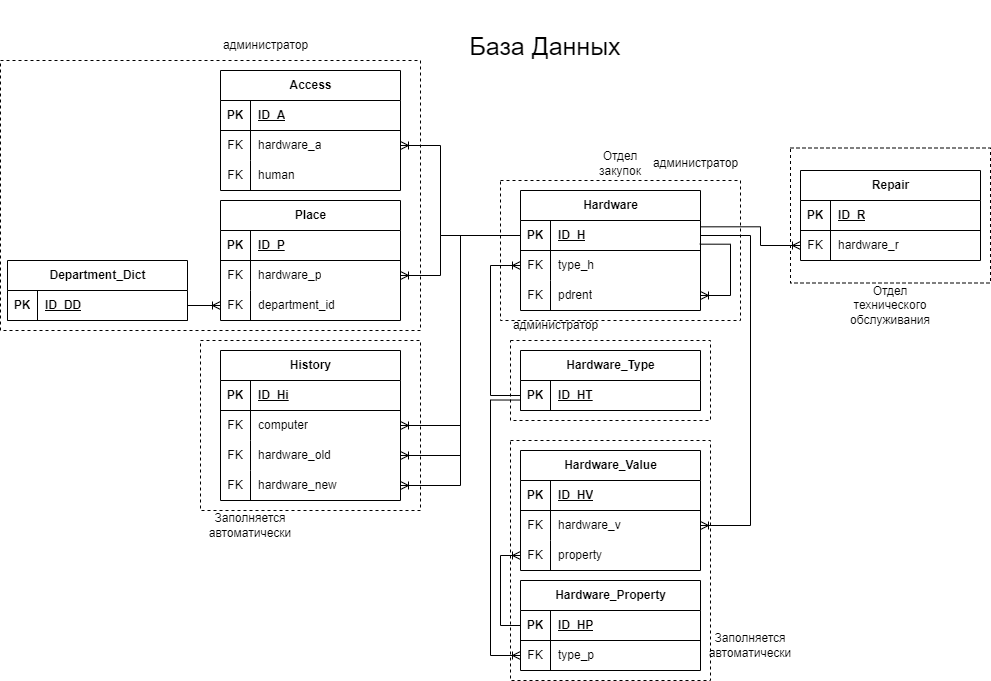
The draw.io diagram db.png in Nikita-080/is-quantek, before a commit. Source tidied: cells renumbered, new cells last; positions are measured from the earlier drawing's top-left corner, leaving out a move shared by most shapes.
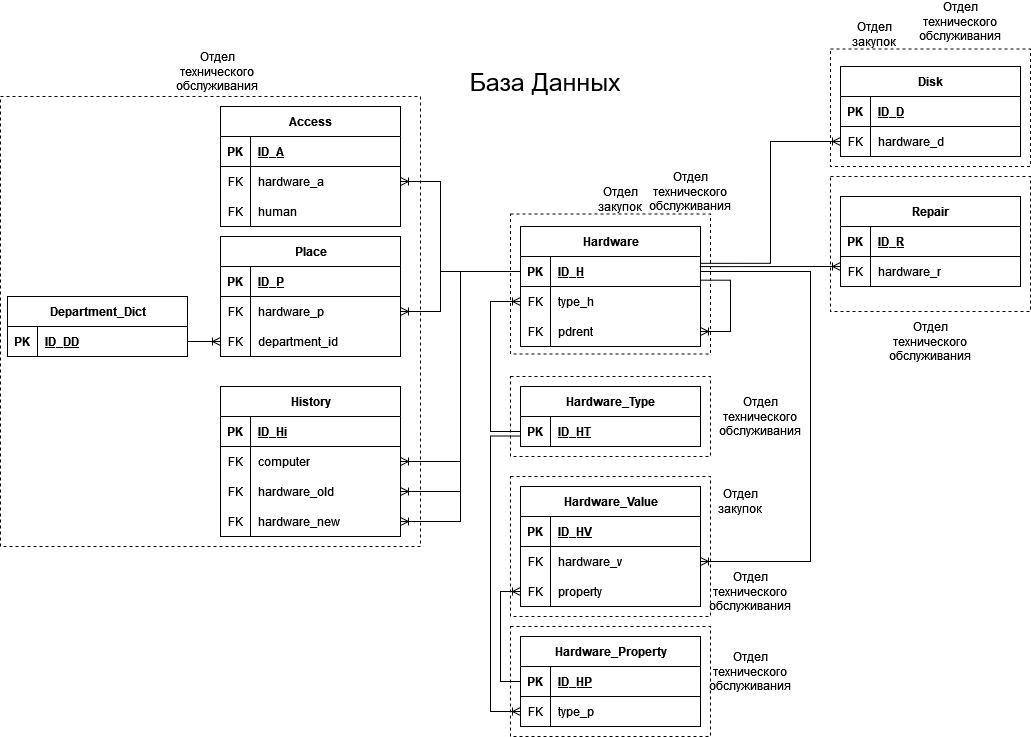
After the commit.

Change to the diagram source:
```diff
@@ -116,7 +116,7 @@
       <mxGeometry x="30" width="150" height="30" as="geometry" />
     </mxCell>
     <mxCell id="38" value="Hardware_Property" style="shape=table;startSize=30;rowLines=0;fontStyle=1;align=center;html=1;" parent="1" vertex="1">
-      <mxGeometry x="520" y="580" width="180" height="90" as="geometry" />
+      <mxGeometry x="520" y="600" width="180" height="90" as="geometry" />
     </mxCell>
     <mxCell id="39" style="shape=tableRow;horizontal=0;startSize=0;swimlaneHead=0;swimlaneBody=0;fillColor=none;points=[[0,0.5],[1,0.5]];portConstraint=eastwest;top=0;left=0;right=0;bottom=1;" parent="38" vertex="1">
       <mxGeometry y="30" width="180" height="30" as="geometry" />
@@ -167,7 +167,7 @@
       <mxGeometry x="30" width="150" height="30" as="geometry" />
     </mxCell>
     <mxCell id="55" value="Repair" style="shape=table;startSize=30;rowLines=0;fontStyle=1;align=center;html=1;" parent="1" vertex="1">
-      <mxGeometry x="800" y="170" width="180" height="90" as="geometry" />
+      <mxGeometry x="840" y="160" width="180" height="90" as="geometry" />
     </mxCell>
     <mxCell id="56" style="shape=tableRow;horizontal=0;startSize=0;swimlaneHead=0;swimlaneBody=0;fillColor=none;top=0;left=0;right=0;bottom=1;" parent="55" vertex="1">
       <mxGeometry y="30" width="180" height="30" as="geometry" />
@@ -187,26 +187,18 @@
     <mxCell id="61" value="hardware_r" style="shape=partialRectangle;fillColor=none;top=0;left=0;bottom=0;right=0;align=left;spacingLeft=6;overflow=hidden;whiteSpace=wrap;html=1;" parent="59" vertex="1">
       <mxGeometry x="30" width="150" height="30" as="geometry" />
     </mxCell>
-    <mxCell id="62" style="edgeStyle=orthogonalEdgeStyle;fontSize=12;html=1;endArrow=ERoneToMany;rounded=0;entryX=0;entryY=0.5;entryDx=0;entryDy=0;exitX=1.002;exitY=0.211;exitDx=0;exitDy=0;exitPerimeter=0;" parent="1" edge="1" source="4" target="59">
-      <mxGeometry relative="1" as="geometry">
-        <Array as="points">
-          <mxPoint x="760" y="226" />
-          <mxPoint x="760" y="245" />
-        </Array>
-      </mxGeometry>
-    </mxCell>
     <mxCell id="63" style="edgeStyle=orthogonalEdgeStyle;fontSize=12;html=1;endArrow=ERoneToMany;rounded=0;entryX=1;entryY=0.5;entryDx=0;entryDy=0;exitX=1;exitY=0.5;exitDx=0;exitDy=0;" parent="1" edge="1" source="4" target="49">
       <mxGeometry relative="1" as="geometry">
         <Array as="points">
-          <mxPoint x="750" y="235" />
-          <mxPoint x="750" y="525" />
+          <mxPoint x="810" y="235" />
+          <mxPoint x="810" y="525" />
         </Array>
       </mxGeometry>
     </mxCell>
     <mxCell id="64" style="edgeStyle=orthogonalEdgeStyle;fontSize=12;html=1;endArrow=ERoneToMany;rounded=0;exitX=0;exitY=0.5;exitDx=0;exitDy=0;entryX=0;entryY=0.5;entryDx=0;entryDy=0;" parent="1" edge="1" source="39" target="52">
       <mxGeometry relative="1" as="geometry">
         <Array as="points">
-          <mxPoint x="500" y="625" />
+          <mxPoint x="500" y="645" />
           <mxPoint x="500" y="555" />
         </Array>
       </mxGeometry>
@@ -215,7 +207,7 @@
       <mxGeometry relative="1" as="geometry">
         <Array as="points">
           <mxPoint x="490" y="400" />
-          <mxPoint x="490" y="655" />
+          <mxPoint x="490" y="675" />
         </Array>
       </mxGeometry>
     </mxCell>
@@ -270,35 +262,23 @@
       <mxGeometry relative="1" as="geometry" />
     </mxCell>
     <mxCell id="81" style="rounded=0;whiteSpace=wrap;html=1;dashed=1;fillColor=none;" parent="1" vertex="1">
-      <mxGeometry x="500" y="180" width="240" height="140" as="geometry" />
+      <mxGeometry x="510" y="177.5" width="200" height="140" as="geometry" />
     </mxCell>
     <mxCell id="82" value="Отдел закупок" style="text;html=1;strokeColor=none;fillColor=none;align=center;verticalAlign=middle;whiteSpace=wrap;rounded=0;" parent="1" vertex="1">
       <mxGeometry x="590" y="147.5" width="60" height="30" as="geometry" />
     </mxCell>
     <mxCell id="83" style="rounded=0;whiteSpace=wrap;html=1;dashed=1;fillColor=none;" parent="1" vertex="1">
-      <mxGeometry x="790" y="147.5" width="200" height="135" as="geometry" />
+      <mxGeometry x="830" y="140" width="200" height="135" as="geometry" />
     </mxCell>
     <mxCell id="84" value="Отдел технического обслуживания" style="text;html=1;strokeColor=none;fillColor=none;align=center;verticalAlign=middle;whiteSpace=wrap;rounded=0;" parent="1" vertex="1">
-      <mxGeometry x="860" y="290" width="60" height="30" as="geometry" />
+      <mxGeometry x="900" y="290" width="60" height="30" as="geometry" />
     </mxCell>
     <mxCell id="85" style="rounded=0;whiteSpace=wrap;html=1;dashed=1;fillColor=none;" parent="1" vertex="1">
-      <mxGeometry x="510" y="440" width="200" height="240" as="geometry" />
+      <mxGeometry x="510" y="440" width="200" height="140" as="geometry" />
     </mxCell>
-    <mxCell id="86" value="Заполняется автоматически" style="text;html=1;strokeColor=none;fillColor=none;align=center;verticalAlign=middle;whiteSpace=wrap;rounded=0;" parent="1" vertex="1">
-      <mxGeometry x="720" y="630" width="60" height="30" as="geometry" />
-    </mxCell>
-    <mxCell id="87" style="rounded=0;whiteSpace=wrap;html=1;dashed=1;fillColor=none;" parent="1" vertex="1">
-      <mxGeometry x="200" y="340" width="220" height="170" as="geometry" />
-    </mxCell>
-    <mxCell id="88" value="Заполняется автоматически" style="text;html=1;strokeColor=none;fillColor=none;align=center;verticalAlign=middle;whiteSpace=wrap;rounded=0;" parent="1" vertex="1">
-      <mxGeometry x="220" y="510" width="60" height="30" as="geometry" />
-    </mxCell>
     <mxCell id="89" style="rounded=0;whiteSpace=wrap;html=1;dashed=1;fillColor=none;" parent="1" vertex="1">
       <mxGeometry x="510" y="340" width="200" height="80" as="geometry" />
     </mxCell>
-    <mxCell id="90" value="администратор" style="text;html=1;align=center;verticalAlign=middle;strokeColor=none;fillColor=none;" parent="1" vertex="1">
-      <mxGeometry x="500" y="310" width="110" height="30" as="geometry" />
-    </mxCell>
     <mxCell id="91" style="edgeStyle=orthogonalEdgeStyle;fontSize=12;html=1;endArrow=ERoneToMany;rounded=0;exitX=0;exitY=0.5;exitDx=0;exitDy=0;" parent="1" edge="1" source="4" target="77">
       <mxGeometry relative="1" as="geometry" />
     </mxCell>
@@ -322,11 +302,8 @@
       </mxGeometry>
     </mxCell>
     <mxCell id="95" style="rounded=0;whiteSpace=wrap;html=1;dashed=1;fillColor=none;" parent="1" vertex="1">
-      <mxGeometry y="60" width="420" height="270" as="geometry" />
+      <mxGeometry y="60" width="420" height="450" as="geometry" />
     </mxCell>
-    <mxCell id="96" value="администратор" style="text;html=1;align=center;verticalAlign=middle;strokeColor=none;fillColor=none;" parent="1" vertex="1">
-      <mxGeometry x="210" y="30" width="110" height="30" as="geometry" />
-    </mxCell>
     <mxCell id="97" value="Department_Dict" style="shape=table;startSize=30;rowLines=0;fontStyle=1;align=center;html=1;" parent="1" vertex="1">
       <mxGeometry x="7" y="260" width="180" height="60" as="geometry" />
     </mxCell>
@@ -342,8 +319,64 @@
     <mxCell id="101" style="edgeStyle=entityRelationEdgeStyle;fontSize=12;html=1;endArrow=ERoneToMany;rounded=0;exitX=1;exitY=0.5;exitDx=0;exitDy=0;entryX=0;entryY=0.5;entryDx=0;entryDy=0;" parent="1" edge="1" source="98" target="31">
       <mxGeometry relative="1" as="geometry" />
     </mxCell>
-    <mxCell id="102" value="администратор" style="text;html=1;align=center;verticalAlign=middle;strokeColor=none;fillColor=none;" parent="1" vertex="1">
-      <mxGeometry x="640" y="147.5" width="110" height="30" as="geometry" />
-    </mxCell>
+    <mxCell id="103" value="Disk" style="shape=table;startSize=30;rowLines=0;fontStyle=1;align=center;html=1;" parent="1" vertex="1">
+      <mxGeometry x="840" y="30" width="180" height="90" as="geometry" />
+    </mxCell>
+    <mxCell id="104" style="shape=tableRow;horizontal=0;startSize=0;swimlaneHead=0;swimlaneBody=0;fillColor=none;top=0;left=0;right=0;bottom=1;" parent="103" vertex="1">
+      <mxGeometry y="30" width="180" height="30" as="geometry" />
+    </mxCell>
+    <mxCell id="105" value="PK" style="shape=partialRectangle;fillColor=none;top=0;left=0;bottom=0;right=0;fontStyle=1;overflow=hidden;whiteSpace=wrap;html=1;" parent="104" vertex="1">
+      <mxGeometry width="30" height="30" as="geometry" />
+    </mxCell>
+    <mxCell id="106" value="ID_D" style="shape=partialRectangle;fillColor=none;top=0;left=0;bottom=0;right=0;align=left;spacingLeft=6;fontStyle=5;overflow=hidden;whiteSpace=wrap;html=1;" parent="104" vertex="1">
+      <mxGeometry x="30" width="150" height="30" as="geometry" />
+    </mxCell>
+    <mxCell id="107" style="shape=tableRow;horizontal=0;startSize=0;swimlaneHead=0;swimlaneBody=0;fillColor=none;points=[[0,0.5],[1,0.5]];portConstraint=eastwest;top=0;left=0;right=0;bottom=0;" parent="103" vertex="1">
+      <mxGeometry y="60" width="180" height="30" as="geometry" />
+    </mxCell>
+    <mxCell id="108" value="FK" style="shape=partialRectangle;fillColor=none;top=0;left=0;bottom=0;right=0;overflow=hidden;whiteSpace=wrap;html=1;" parent="107" vertex="1">
+      <mxGeometry width="30" height="30" as="geometry" />
+    </mxCell>
+    <mxCell id="109" value="hardware_d" style="shape=partialRectangle;fillColor=none;top=0;left=0;bottom=0;right=0;align=left;spacingLeft=6;overflow=hidden;whiteSpace=wrap;html=1;" parent="107" vertex="1">
+      <mxGeometry x="30" width="150" height="30" as="geometry" />
+    </mxCell>
+    <mxCell id="110" style="edgeStyle=orthogonalEdgeStyle;fontSize=12;html=1;endArrow=ERoneToMany;rounded=0;exitX=1;exitY=0.228;exitDx=0;exitDy=0;exitPerimeter=0;entryX=0;entryY=0.5;entryDx=0;entryDy=0;" parent="1" edge="1" source="4" target="107">
+      <mxGeometry relative="1" as="geometry" />
+    </mxCell>
+    <mxCell id="111" style="rounded=0;whiteSpace=wrap;html=1;dashed=1;fillColor=none;" parent="1" vertex="1">
+      <mxGeometry x="830" y="12.5" width="200" height="117.5" as="geometry" />
+    </mxCell>
+    <mxCell id="112" value="Отдел закупок" style="text;html=1;strokeColor=none;fillColor=none;align=center;verticalAlign=middle;whiteSpace=wrap;rounded=0;" parent="1" vertex="1">
+      <mxGeometry x="844" y="-17.5" width="60" height="30" as="geometry" />
+    </mxCell>
+    <mxCell id="113" value="Отдел технического обслуживания" style="text;html=1;strokeColor=none;fillColor=none;align=center;verticalAlign=middle;whiteSpace=wrap;rounded=0;" parent="1" vertex="1">
+      <mxGeometry x="930" y="-30" width="60" height="30" as="geometry" />
+    </mxCell>
+    <mxCell id="114" value="Отдел технического обслуживания" style="text;html=1;strokeColor=none;fillColor=none;align=center;verticalAlign=middle;whiteSpace=wrap;rounded=0;" parent="1" vertex="1">
+      <mxGeometry x="660" y="140" width="60" height="30" as="geometry" />
+    </mxCell>
+    <mxCell id="115" value="Отдел технического обслуживания" style="text;html=1;strokeColor=none;fillColor=none;align=center;verticalAlign=middle;whiteSpace=wrap;rounded=0;" parent="1" vertex="1">
+      <mxGeometry x="730" y="365" width="60" height="30" as="geometry" />
+    </mxCell>
+    <mxCell id="116" style="edgeStyle=entityRelationEdgeStyle;fontSize=12;html=1;endArrow=ERoneToMany;rounded=0;exitX=0.995;exitY=0.337;exitDx=0;exitDy=0;exitPerimeter=0;" parent="1" edge="1" source="4">
+      <mxGeometry relative="1" as="geometry">
+        <mxPoint x="840" y="230" as="targetPoint" />
+      </mxGeometry>
+    </mxCell>
+    <mxCell id="117" value="Отдел закупок" style="text;html=1;strokeColor=none;fillColor=none;align=center;verticalAlign=middle;whiteSpace=wrap;rounded=0;" parent="1" vertex="1">
+      <mxGeometry x="710" y="450" width="60" height="30" as="geometry" />
+    </mxCell>
+    <mxCell id="118" value="Отдел технического обслуживания" style="text;html=1;strokeColor=none;fillColor=none;align=center;verticalAlign=middle;whiteSpace=wrap;rounded=0;" parent="1" vertex="1">
+      <mxGeometry x="720" y="540" width="60" height="30" as="geometry" />
+    </mxCell>
+    <mxCell id="119" style="rounded=0;whiteSpace=wrap;html=1;dashed=1;fillColor=none;" parent="1" vertex="1">
+      <mxGeometry x="510" y="590" width="200" height="110" as="geometry" />
+    </mxCell>
+    <mxCell id="120" value="Отдел технического обслуживания" style="text;html=1;strokeColor=none;fillColor=none;align=center;verticalAlign=middle;whiteSpace=wrap;rounded=0;" parent="1" vertex="1">
+      <mxGeometry x="720" y="620" width="60" height="30" as="geometry" />
+    </mxCell>
+    <mxCell id="121" value="Отдел технического обслуживания" style="text;html=1;strokeColor=none;fillColor=none;align=center;verticalAlign=middle;whiteSpace=wrap;rounded=0;" parent="1" vertex="1">
+      <mxGeometry x="187" y="20" width="60" height="30" as="geometry" />
+    </mxCell>
   </root>
 </mxGraphModel>
```
